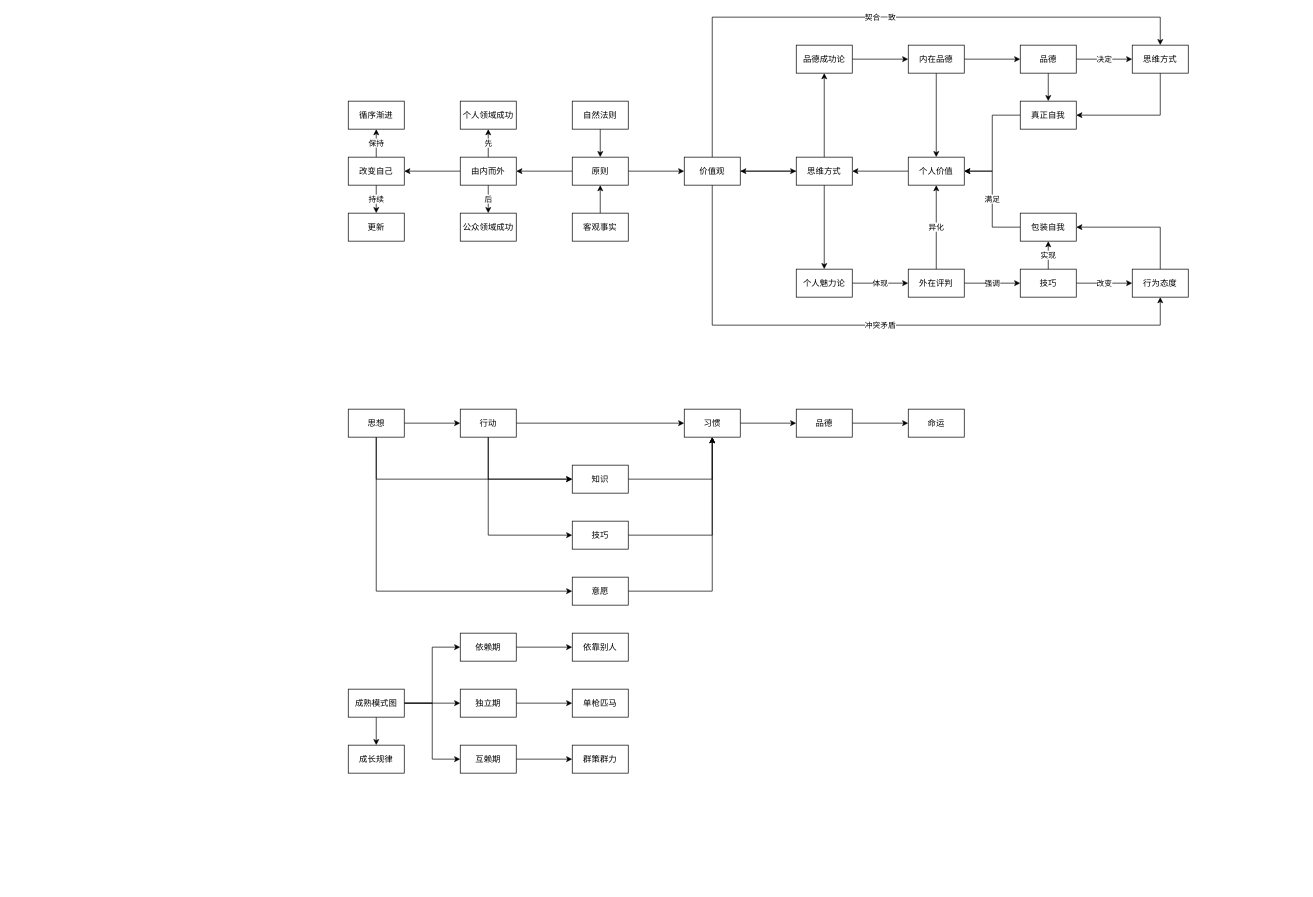
The draw.io diagram 高效能人士的七个习惯.drawio in youyusan/hight-effect, before the edit. Source tidied: cells renumbered, new cells numbered last; positions are measured from the earlier drawing's top-left corner, leaving out a move shared by most shapes. Both pictures are drawn from the tidied source at 70%, with x=0, y=0 at pixel (348, 17).
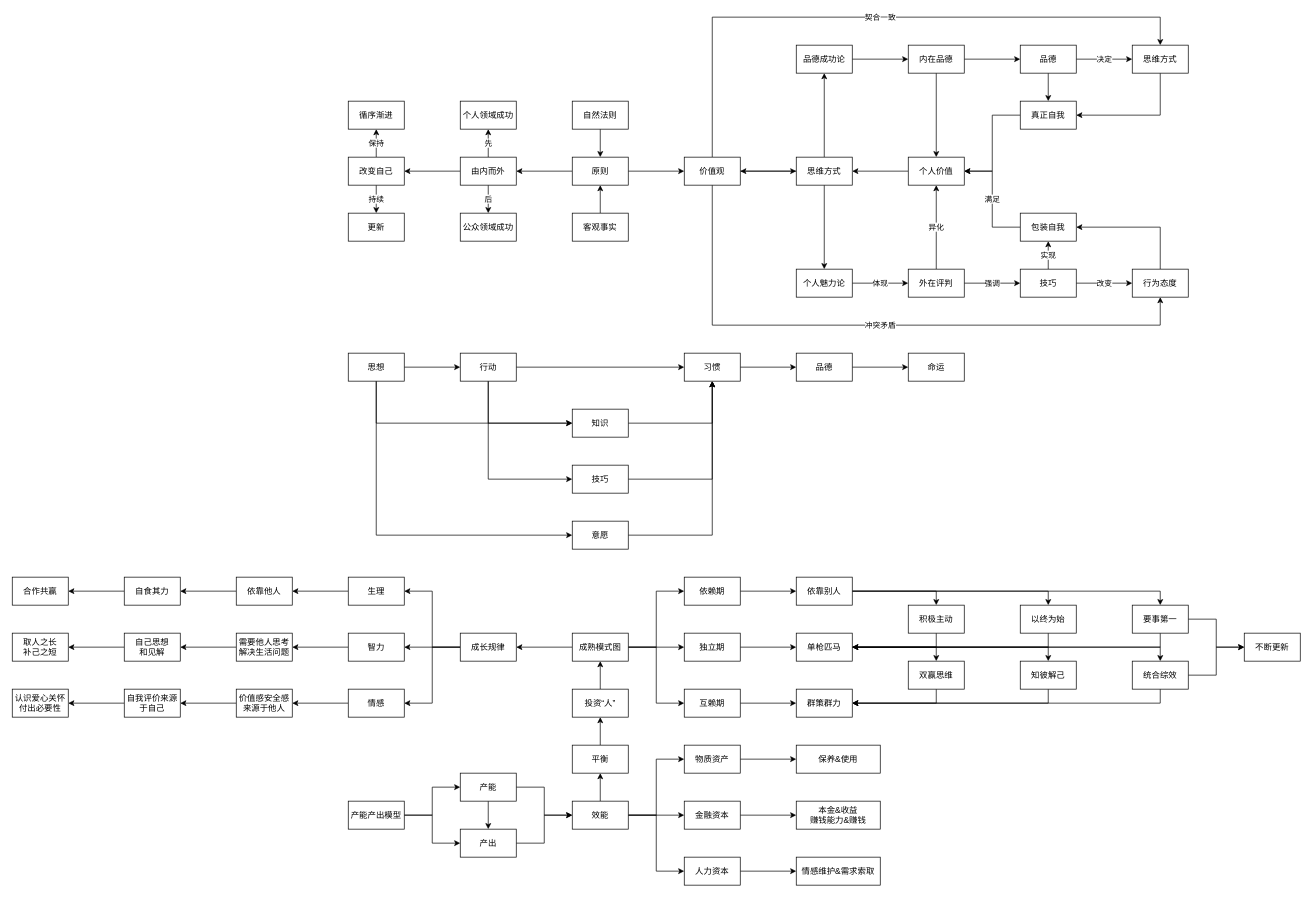
The same page after the edit.

Commit message:
更新高效能人士的七个习惯.drawio

Diff of the diagram source:
```diff
@@
     <mxCell id="55" style="edgeStyle=orthogonalEdgeStyle;rounded=0;jettySize=auto;html=1;entryX=0;entryY=0.5;entryDx=0;entryDy=0;" parent="1" edge="1" source="57" target="72">
       <mxGeometry relative="1" as="geometry">
         <Array as="points">
-          <mxPoint x="40" y="820" />
+          <mxPoint x="40" y="740" />
         </Array>
       </mxGeometry>
     </mxCell>
     <mxCell id="56" style="edgeStyle=orthogonalEdgeStyle;rounded=0;jettySize=auto;html=1;entryX=0;entryY=0.5;entryDx=0;entryDy=0;" parent="1" edge="1" source="57" target="70">
       <mxGeometry relative="1" as="geometry">
         <Array as="points">
-          <mxPoint x="40" y="660" />
+          <mxPoint x="40" y="580" />
         </Array>
       </mxGeometry>
     </mxCell>
     <mxCell id="57" value="思想" style="rounded=0;whiteSpace=wrap;html=1;" parent="1" vertex="1">
-      <mxGeometry y="560" width="80" height="40" as="geometry" />
+      <mxGeometry y="480" width="80" height="40" as="geometry" />
     </mxCell>
@@
     <mxCell id="59" style="edgeStyle=orthogonalEdgeStyle;rounded=0;jettySize=auto;html=1;entryX=0;entryY=0.5;entryDx=0;entryDy=0;" parent="1" edge="1" source="61" target="70">
       <mxGeometry relative="1" as="geometry">
         <Array as="points">
-          <mxPoint x="200" y="660" />
+          <mxPoint x="200" y="580" />
         </Array>
       </mxGeometry>
     </mxCell>
     <mxCell id="60" style="edgeStyle=orthogonalEdgeStyle;rounded=0;jettySize=auto;html=1;entryX=0;entryY=0.5;entryDx=0;entryDy=0;" parent="1" edge="1" source="61" target="68">
       <mxGeometry relative="1" as="geometry">
         <Array as="points">
-          <mxPoint x="200" y="740" />
+          <mxPoint x="200" y="660" />
         </Array>
       </mxGeometry>
     </mxCell>
     <mxCell id="61" value="行动" style="rounded=0;whiteSpace=wrap;html=1;" parent="1" vertex="1">
-      <mxGeometry x="160" y="560" width="80" height="40" as="geometry" />
+      <mxGeometry x="160" y="480" width="80" height="40" as="geometry" />
     </mxCell>
@@
     <mxCell id="63" value="习惯" style="rounded=0;whiteSpace=wrap;html=1;" parent="1" vertex="1">
-      <mxGeometry x="480" y="560" width="80" height="40" as="geometry" />
+      <mxGeometry x="480" y="480" width="80" height="40" as="geometry" />
     </mxCell>
@@
     <mxCell id="65" value="品德" style="rounded=0;whiteSpace=wrap;html=1;" parent="1" vertex="1">
-      <mxGeometry x="640" y="560" width="80" height="40" as="geometry" />
+      <mxGeometry x="640" y="480" width="80" height="40" as="geometry" />
     </mxCell>
     <mxCell id="66" value="命运" style="rounded=0;whiteSpace=wrap;html=1;" parent="1" vertex="1">
-      <mxGeometry x="800" y="560" width="80" height="40" as="geometry" />
+      <mxGeometry x="800" y="480" width="80" height="40" as="geometry" />
     </mxCell>
@@
     <mxCell id="68" value="技巧" style="rounded=0;whiteSpace=wrap;html=1;" parent="1" vertex="1">
-      <mxGeometry x="320" y="720" width="80" height="40" as="geometry" />
+      <mxGeometry x="320" y="640" width="80" height="40" as="geometry" />
     </mxCell>
@@
     <mxCell id="70" value="知识" style="rounded=0;whiteSpace=wrap;html=1;" parent="1" vertex="1">
-      <mxGeometry x="320" y="640" width="80" height="40" as="geometry" />
+      <mxGeometry x="320" y="560" width="80" height="40" as="geometry" />
     </mxCell>
@@
     <mxCell id="72" value="意愿" style="rounded=0;whiteSpace=wrap;html=1;" parent="1" vertex="1">
-      <mxGeometry x="320" y="800" width="80" height="40" as="geometry" />
+      <mxGeometry x="320" y="720" width="80" height="40" as="geometry" />
     </mxCell>
@@
     <mxCell id="77" value="成熟模式图" style="rounded=0;whiteSpace=wrap;html=1;" parent="1" vertex="1">
-      <mxGeometry y="960" width="80" height="40" as="geometry" />
+      <mxGeometry x="320" y="880" width="80" height="40" as="geometry" />
     </mxCell>
+    <mxCell id="88" style="edgeStyle=orthogonalEdgeStyle;rounded=0;jettySize=auto;html=1;entryX=1;entryY=0.5;entryDx=0;entryDy=0;" parent="1" edge="1" source="78" target="100">
+      <mxGeometry relative="1" as="geometry" />
+    </mxCell>
+    <mxCell id="89" style="edgeStyle=orthogonalEdgeStyle;rounded=0;jettySize=auto;html=1;" parent="1" edge="1" source="78" target="102">
+      <mxGeometry relative="1" as="geometry" />
+    </mxCell>
+    <mxCell id="90" style="edgeStyle=orthogonalEdgeStyle;rounded=0;jettySize=auto;html=1;entryX=1;entryY=0.5;entryDx=0;entryDy=0;" parent="1" edge="1" source="78" target="98">
+      <mxGeometry relative="1" as="geometry" />
+    </mxCell>
     <mxCell id="78" value="成长规律" style="rounded=0;whiteSpace=wrap;html=1;" parent="1" vertex="1">
-      <mxGeometry y="1040" width="80" height="40" as="geometry" />
+      <mxGeometry x="160" y="880" width="80" height="40" as="geometry" />
     </mxCell>
@@
     <mxCell id="80" value="依赖期" style="rounded=0;whiteSpace=wrap;html=1;" parent="1" vertex="1">
-      <mxGeometry x="160" y="880" width="80" height="40" as="geometry" />
+      <mxGeometry x="480" y="800" width="80" height="40" as="geometry" />
     </mxCell>
@@
     <mxCell id="82" value="互赖期" style="rounded=0;whiteSpace=wrap;html=1;" parent="1" vertex="1">
-      <mxGeometry x="160" y="1040" width="80" height="40" as="geometry" />
+      <mxGeometry x="480" y="960" width="80" height="40" as="geometry" />
     </mxCell>
@@
     <mxCell id="84" value="独立期" style="rounded=0;whiteSpace=wrap;html=1;" parent="1" vertex="1">
-      <mxGeometry x="160" y="960" width="80" height="40" as="geometry" />
+      <mxGeometry x="480" y="880" width="80" height="40" as="geometry" />
     </mxCell>
+    <mxCell id="91" style="edgeStyle=orthogonalEdgeStyle;rounded=0;jettySize=auto;html=1;entryX=0.5;entryY=0;entryDx=0;entryDy=0;" parent="1" edge="1" source="85" target="119">
+      <mxGeometry relative="1" as="geometry" />
+    </mxCell>
+    <mxCell id="92" style="edgeStyle=orthogonalEdgeStyle;rounded=0;jettySize=auto;html=1;entryX=0.5;entryY=0;entryDx=0;entryDy=0;" parent="1" edge="1" source="85" target="121">
+      <mxGeometry relative="1" as="geometry" />
+    </mxCell>
+    <mxCell id="93" style="edgeStyle=orthogonalEdgeStyle;rounded=0;jettySize=auto;html=1;entryX=0.5;entryY=0;entryDx=0;entryDy=0;" parent="1" edge="1" source="85" target="124">
+      <mxGeometry relative="1" as="geometry" />
+    </mxCell>
     <mxCell id="85" value="依靠别人" style="rounded=0;whiteSpace=wrap;html=1;" parent="1" vertex="1">
-      <mxGeometry x="320" y="880" width="80" height="40" as="geometry" />
+      <mxGeometry x="640" y="800" width="80" height="40" as="geometry" />
     </mxCell>
+    <mxCell id="94" style="edgeStyle=orthogonalEdgeStyle;rounded=0;jettySize=auto;html=1;" parent="1" edge="1" source="86" target="126">
+      <mxGeometry relative="1" as="geometry">
+        <Array as="points">
+          <mxPoint x="840" y="900" />
+        </Array>
+      </mxGeometry>
+    </mxCell>
+    <mxCell id="95" style="edgeStyle=orthogonalEdgeStyle;rounded=0;jettySize=auto;html=1;" parent="1" edge="1" source="86" target="128">
+      <mxGeometry relative="1" as="geometry">
+        <Array as="points">
+          <mxPoint x="1000" y="900" />
+        </Array>
+      </mxGeometry>
+    </mxCell>
+    <mxCell id="96" style="edgeStyle=orthogonalEdgeStyle;rounded=0;jettySize=auto;html=1;" parent="1" edge="1" source="86" target="131">
+      <mxGeometry relative="1" as="geometry">
+        <Array as="points">
+          <mxPoint x="1160" y="900" />
+        </Array>
+      </mxGeometry>
+    </mxCell>
     <mxCell id="86" value="单枪匹马" style="rounded=0;whiteSpace=wrap;html=1;" parent="1" vertex="1">
-      <mxGeometry x="320" y="960" width="80" height="40" as="geometry" />
+      <mxGeometry x="640" y="880" width="80" height="40" as="geometry" />
     </mxCell>
     <mxCell id="87" value="群策群力" style="rounded=0;whiteSpace=wrap;html=1;" parent="1" vertex="1">
-      <mxGeometry x="320" y="1040" width="80" height="40" as="geometry" />
+      <mxGeometry x="640" y="960" width="80" height="40" as="geometry" />
     </mxCell>
+    <mxCell id="97" style="edgeStyle=orthogonalEdgeStyle;rounded=0;jettySize=auto;html=1;" parent="1" edge="1" source="98" target="109">
+      <mxGeometry relative="1" as="geometry" />
+    </mxCell>
+    <mxCell id="98" value="情感" style="rounded=0;whiteSpace=wrap;html=1;" parent="1" vertex="1">
+      <mxGeometry y="960" width="80" height="40" as="geometry" />
+    </mxCell>
+    <mxCell id="99" style="edgeStyle=orthogonalEdgeStyle;rounded=0;jettySize=auto;html=1;entryX=1;entryY=0.5;entryDx=0;entryDy=0;" parent="1" edge="1" source="100" target="104">
+      <mxGeometry relative="1" as="geometry" />
+    </mxCell>
+    <mxCell id="100" value="生理" style="rounded=0;whiteSpace=wrap;html=1;" parent="1" vertex="1">
+      <mxGeometry y="800" width="80" height="40" as="geometry" />
+    </mxCell>
+    <mxCell id="101" style="edgeStyle=orthogonalEdgeStyle;rounded=0;jettySize=auto;html=1;" parent="1" edge="1" source="102" target="111">
+      <mxGeometry relative="1" as="geometry" />
+    </mxCell>
+    <mxCell id="102" value="智力" style="rounded=0;whiteSpace=wrap;html=1;" parent="1" vertex="1">
+      <mxGeometry y="880" width="80" height="40" as="geometry" />
+    </mxCell>
+    <mxCell id="103" style="edgeStyle=orthogonalEdgeStyle;rounded=0;jettySize=auto;html=1;" parent="1" edge="1" source="104" target="106">
+      <mxGeometry relative="1" as="geometry" />
+    </mxCell>
+    <mxCell id="104" value="依靠他人" style="rounded=0;whiteSpace=wrap;html=1;" parent="1" vertex="1">
+      <mxGeometry x="-160" y="800" width="80" height="40" as="geometry" />
+    </mxCell>
+    <mxCell id="105" style="edgeStyle=orthogonalEdgeStyle;rounded=0;jettySize=auto;html=1;entryX=1;entryY=0.5;entryDx=0;entryDy=0;" parent="1" edge="1" source="106" target="107">
+      <mxGeometry relative="1" as="geometry" />
+    </mxCell>
+    <mxCell id="106" value="自食其力" style="rounded=0;whiteSpace=wrap;html=1;" parent="1" vertex="1">
+      <mxGeometry x="-320" y="800" width="80" height="40" as="geometry" />
+    </mxCell>
+    <mxCell id="107" value="合作共赢" style="rounded=0;whiteSpace=wrap;html=1;" parent="1" vertex="1">
+      <mxGeometry x="-480" y="800" width="80" height="40" as="geometry" />
+    </mxCell>
+    <mxCell id="108" style="edgeStyle=orthogonalEdgeStyle;rounded=0;jettySize=auto;html=1;" parent="1" edge="1" source="109" target="115">
+      <mxGeometry relative="1" as="geometry" />
+    </mxCell>
+    <mxCell id="109" value="价值感安全感来源于他人" style="rounded=0;whiteSpace=wrap;html=1;" parent="1" vertex="1">
+      <mxGeometry x="-160" y="960" width="80" height="40" as="geometry" />
+    </mxCell>
+    <mxCell id="110" style="edgeStyle=orthogonalEdgeStyle;rounded=0;jettySize=auto;html=1;" parent="1" edge="1" source="111" target="113">
+      <mxGeometry relative="1" as="geometry" />
+    </mxCell>
+    <mxCell id="111" value="需要他人思考解决生活问题" style="rounded=0;whiteSpace=wrap;html=1;" parent="1" vertex="1">
+      <mxGeometry x="-160" y="880" width="80" height="40" as="geometry" />
+    </mxCell>
+    <mxCell id="112" style="edgeStyle=orthogonalEdgeStyle;rounded=0;jettySize=auto;html=1;" parent="1" edge="1" source="113" target="117">
+      <mxGeometry relative="1" as="geometry" />
+    </mxCell>
+    <mxCell id="113" value="自己思想&lt;br&gt;和见解" style="rounded=0;whiteSpace=wrap;html=1;" parent="1" vertex="1">
+      <mxGeometry x="-320" y="880" width="80" height="40" as="geometry" />
+    </mxCell>
+    <mxCell id="114" style="edgeStyle=orthogonalEdgeStyle;rounded=0;jettySize=auto;html=1;" parent="1" edge="1" source="115" target="116">
+      <mxGeometry relative="1" as="geometry" />
+    </mxCell>
+    <mxCell id="115" value="自我评价来源于自己" style="rounded=0;whiteSpace=wrap;html=1;" parent="1" vertex="1">
+      <mxGeometry x="-320" y="960" width="80" height="40" as="geometry" />
+    </mxCell>
+    <mxCell id="116" value="认识爱心关怀付出必要性" style="rounded=0;whiteSpace=wrap;html=1;" parent="1" vertex="1">
+      <mxGeometry x="-480" y="960" width="80" height="40" as="geometry" />
+    </mxCell>
+    <mxCell id="117" value="取人之长&lt;br&gt;补己之短" style="rounded=0;whiteSpace=wrap;html=1;" parent="1" vertex="1">
+      <mxGeometry x="-480" y="880" width="80" height="40" as="geometry" />
+    </mxCell>
+    <mxCell id="118" style="edgeStyle=orthogonalEdgeStyle;rounded=0;jettySize=auto;html=1;exitX=0.5;exitY=1;exitDx=0;exitDy=0;" parent="1" edge="1" source="119" target="86">
+      <mxGeometry relative="1" as="geometry" />
+    </mxCell>
+    <mxCell id="119" value="积极主动" style="rounded=0;whiteSpace=wrap;html=1;" parent="1" vertex="1">
+      <mxGeometry x="800" y="840" width="80" height="40" as="geometry" />
+    </mxCell>
+    <mxCell id="120" style="edgeStyle=orthogonalEdgeStyle;rounded=0;jettySize=auto;html=1;" parent="1" edge="1" source="121" target="86">
+      <mxGeometry relative="1" as="geometry">
+        <Array as="points">
+          <mxPoint x="1000" y="900" />
+        </Array>
+      </mxGeometry>
+    </mxCell>
+    <mxCell id="121" value="以终为始" style="rounded=0;whiteSpace=wrap;html=1;" parent="1" vertex="1">
+      <mxGeometry x="960" y="840" width="80" height="40" as="geometry" />
+    </mxCell>
+    <mxCell id="122" style="edgeStyle=orthogonalEdgeStyle;rounded=0;jettySize=auto;html=1;" parent="1" edge="1" source="124" target="86">
+      <mxGeometry relative="1" as="geometry">
+        <Array as="points">
+          <mxPoint x="1160" y="900" />
+        </Array>
+      </mxGeometry>
+    </mxCell>
+    <mxCell id="123" style="edgeStyle=orthogonalEdgeStyle;rounded=0;jettySize=auto;html=1;" parent="1" edge="1" source="124" target="132">
+      <mxGeometry relative="1" as="geometry" />
+    </mxCell>
+    <mxCell id="124" value="要事第一" style="rounded=0;whiteSpace=wrap;html=1;" parent="1" vertex="1">
+      <mxGeometry x="1120" y="840" width="80" height="40" as="geometry" />
+    </mxCell>
+    <mxCell id="125" style="edgeStyle=orthogonalEdgeStyle;rounded=0;jettySize=auto;html=1;entryX=1;entryY=0.5;entryDx=0;entryDy=0;" parent="1" edge="1" source="126" target="87">
+      <mxGeometry relative="1" as="geometry">
+        <Array as="points">
+          <mxPoint x="840" y="980" />
+        </Array>
+      </mxGeometry>
+    </mxCell>
+    <mxCell id="126" value="双赢思维" style="rounded=0;whiteSpace=wrap;html=1;" parent="1" vertex="1">
+      <mxGeometry x="800" y="920" width="80" height="40" as="geometry" />
+    </mxCell>
+    <mxCell id="127" style="edgeStyle=orthogonalEdgeStyle;rounded=0;jettySize=auto;html=1;entryX=1;entryY=0.5;entryDx=0;entryDy=0;" parent="1" edge="1" source="128" target="87">
+      <mxGeometry relative="1" as="geometry">
+        <Array as="points">
+          <mxPoint x="1000" y="980" />
+        </Array>
+      </mxGeometry>
+    </mxCell>
+    <mxCell id="128" value="知彼解己" style="rounded=0;whiteSpace=wrap;html=1;" parent="1" vertex="1">
+      <mxGeometry x="960" y="920" width="80" height="40" as="geometry" />
+    </mxCell>
+    <mxCell id="129" style="edgeStyle=orthogonalEdgeStyle;rounded=0;jettySize=auto;html=1;entryX=1;entryY=0.5;entryDx=0;entryDy=0;" parent="1" edge="1" source="131" target="87">
+      <mxGeometry relative="1" as="geometry">
+        <Array as="points">
+          <mxPoint x="1160" y="980" />
+        </Array>
+      </mxGeometry>
+    </mxCell>
+    <mxCell id="130" style="edgeStyle=orthogonalEdgeStyle;rounded=0;jettySize=auto;html=1;" parent="1" edge="1" source="131" target="132">
+      <mxGeometry relative="1" as="geometry" />
+    </mxCell>
+    <mxCell id="131" value="统合综效" style="rounded=0;whiteSpace=wrap;html=1;" parent="1" vertex="1">
+      <mxGeometry x="1120" y="920" width="80" height="40" as="geometry" />
+    </mxCell>
+    <mxCell id="132" value="不断更新" style="rounded=0;whiteSpace=wrap;html=1;" parent="1" vertex="1">
+      <mxGeometry x="1280" y="880" width="80" height="40" as="geometry" />
+    </mxCell>
+    <mxCell id="133" style="edgeStyle=orthogonalEdgeStyle;rounded=0;jettySize=auto;html=1;entryX=0;entryY=0.5;entryDx=0;entryDy=0;" parent="1" edge="1" source="135" target="138">
+      <mxGeometry relative="1" as="geometry" />
+    </mxCell>
+    <mxCell id="134" style="edgeStyle=orthogonalEdgeStyle;rounded=0;jettySize=auto;html=1;" parent="1" edge="1" source="135" target="140">
+      <mxGeometry relative="1" as="geometry" />
+    </mxCell>
+    <mxCell id="135" value="产能产出模型" style="rounded=0;whiteSpace=wrap;html=1;" parent="1" vertex="1">
+      <mxGeometry y="1120" width="80" height="40" as="geometry" />
+    </mxCell>
+    <mxCell id="136" style="edgeStyle=orthogonalEdgeStyle;rounded=0;jettySize=auto;html=1;" parent="1" edge="1" source="138" target="140">
+      <mxGeometry relative="1" as="geometry" />
+    </mxCell>
+    <mxCell id="137" style="edgeStyle=orthogonalEdgeStyle;rounded=0;jettySize=auto;html=1;entryX=0;entryY=0.5;entryDx=0;entryDy=0;" parent="1" edge="1" source="138" target="145">
+      <mxGeometry relative="1" as="geometry" />
+    </mxCell>
+    <mxCell id="138" value="产能" style="rounded=0;whiteSpace=wrap;html=1;" parent="1" vertex="1">
+      <mxGeometry x="160" y="1080" width="80" height="40" as="geometry" />
+    </mxCell>
+    <mxCell id="139" style="edgeStyle=orthogonalEdgeStyle;rounded=0;jettySize=auto;html=1;" parent="1" edge="1" source="140" target="145">
+      <mxGeometry relative="1" as="geometry" />
+    </mxCell>
+    <mxCell id="140" value="产出" style="rounded=0;whiteSpace=wrap;html=1;" parent="1" vertex="1">
+      <mxGeometry x="160" y="1160" width="80" height="40" as="geometry" />
+    </mxCell>
+    <mxCell id="141" style="edgeStyle=orthogonalEdgeStyle;rounded=0;jettySize=auto;html=1;entryX=0;entryY=0.5;entryDx=0;entryDy=0;" parent="1" edge="1" source="145" target="149">
+      <mxGeometry relative="1" as="geometry" />
+    </mxCell>
+    <mxCell id="142" style="edgeStyle=orthogonalEdgeStyle;rounded=0;jettySize=auto;html=1;entryX=0;entryY=0.5;entryDx=0;entryDy=0;" parent="1" edge="1" source="145" target="147">
+      <mxGeometry relative="1" as="geometry" />
+    </mxCell>
+    <mxCell id="143" style="edgeStyle=orthogonalEdgeStyle;rounded=0;jettySize=auto;html=1;entryX=0;entryY=0.5;entryDx=0;entryDy=0;" parent="1" edge="1" source="145" target="151">
+      <mxGeometry relative="1" as="geometry" />
+    </mxCell>
+    <mxCell id="144" style="edgeStyle=orthogonalEdgeStyle;rounded=0;jettySize=auto;html=1;" parent="1" edge="1" source="145" target="156">
+      <mxGeometry relative="1" as="geometry" />
+    </mxCell>
+    <mxCell id="145" value="效能" style="rounded=0;whiteSpace=wrap;html=1;" parent="1" vertex="1">
+      <mxGeometry x="320" y="1120" width="80" height="40" as="geometry" />
+    </mxCell>
+    <mxCell id="146" style="edgeStyle=orthogonalEdgeStyle;rounded=0;jettySize=auto;html=1;entryX=0;entryY=0.5;entryDx=0;entryDy=0;" parent="1" edge="1" source="147" target="153">
+      <mxGeometry relative="1" as="geometry" />
+    </mxCell>
+    <mxCell id="147" value="金融资本" style="rounded=0;whiteSpace=wrap;html=1;" parent="1" vertex="1">
+      <mxGeometry x="480" y="1120" width="80" height="40" as="geometry" />
+    </mxCell>
+    <mxCell id="148" style="edgeStyle=orthogonalEdgeStyle;rounded=0;jettySize=auto;html=1;" parent="1" edge="1" source="149" target="152">
+      <mxGeometry relative="1" as="geometry" />
+    </mxCell>
+    <mxCell id="149" value="物质资产" style="rounded=0;whiteSpace=wrap;html=1;" parent="1" vertex="1">
+      <mxGeometry x="480" y="1040" width="80" height="40" as="geometry" />
+    </mxCell>
+    <mxCell id="150" style="edgeStyle=orthogonalEdgeStyle;rounded=0;jettySize=auto;html=1;" parent="1" edge="1" source="151" target="154">
+      <mxGeometry relative="1" as="geometry" />
+    </mxCell>
+    <mxCell id="151" value="人力资本" style="rounded=0;whiteSpace=wrap;html=1;" parent="1" vertex="1">
+      <mxGeometry x="480" y="1200" width="80" height="40" as="geometry" />
+    </mxCell>
+    <mxCell id="152" value="保养&amp;amp;使用" style="rounded=0;whiteSpace=wrap;html=1;" parent="1" vertex="1">
+      <mxGeometry x="640" y="1040" width="120" height="40" as="geometry" />
+    </mxCell>
+    <mxCell id="153" value="本金&amp;amp;收益&lt;br&gt;赚钱能力&amp;amp;赚钱" style="rounded=0;whiteSpace=wrap;html=1;" parent="1" vertex="1">
+      <mxGeometry x="640" y="1120" width="120" height="40" as="geometry" />
+    </mxCell>
+    <mxCell id="154" value="情感维护&amp;amp;需求索取" style="rounded=0;whiteSpace=wrap;html=1;" parent="1" vertex="1">
+      <mxGeometry x="640" y="1200" width="120" height="40" as="geometry" />
+    </mxCell>
+    <mxCell id="155" style="edgeStyle=orthogonalEdgeStyle;rounded=0;jettySize=auto;html=1;" parent="1" edge="1" source="156" target="158">
+      <mxGeometry relative="1" as="geometry" />
+    </mxCell>
+    <mxCell id="156" value="平衡" style="rounded=0;whiteSpace=wrap;html=1;" parent="1" vertex="1">
+      <mxGeometry x="320" y="1040" width="80" height="40" as="geometry" />
+    </mxCell>
+    <mxCell id="157" style="edgeStyle=orthogonalEdgeStyle;rounded=0;jettySize=auto;html=1;" parent="1" edge="1" source="158" target="77">
+      <mxGeometry relative="1" as="geometry" />
+    </mxCell>
+    <mxCell id="158" value="投资“人”" style="rounded=0;whiteSpace=wrap;html=1;" parent="1" vertex="1">
+      <mxGeometry x="320" y="960" width="80" height="40" as="geometry" />
+    </mxCell>
```
